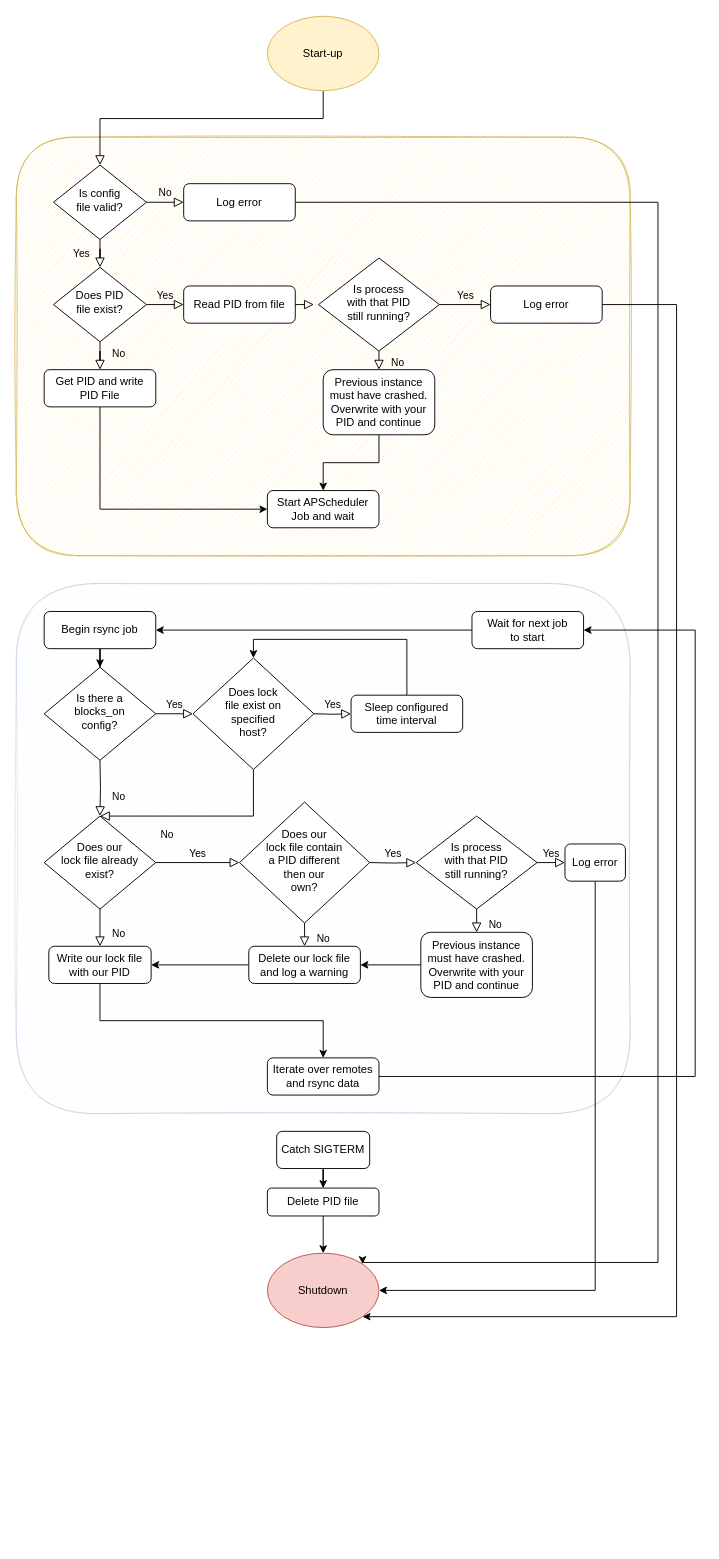
Before: backupmanager/resources/drawio/backupmanager-process-flow.drawio in rchapin/backup_manager, a draw.io diagram. Source tidied: cells renumbered, new cells numbered last; positions are measured from the earlier drawing's top-left corner, leaving out a move shared by most shapes. Both pictures are drawn from the tidied source at 93%, with x=0, y=0 at pixel (16, 16).
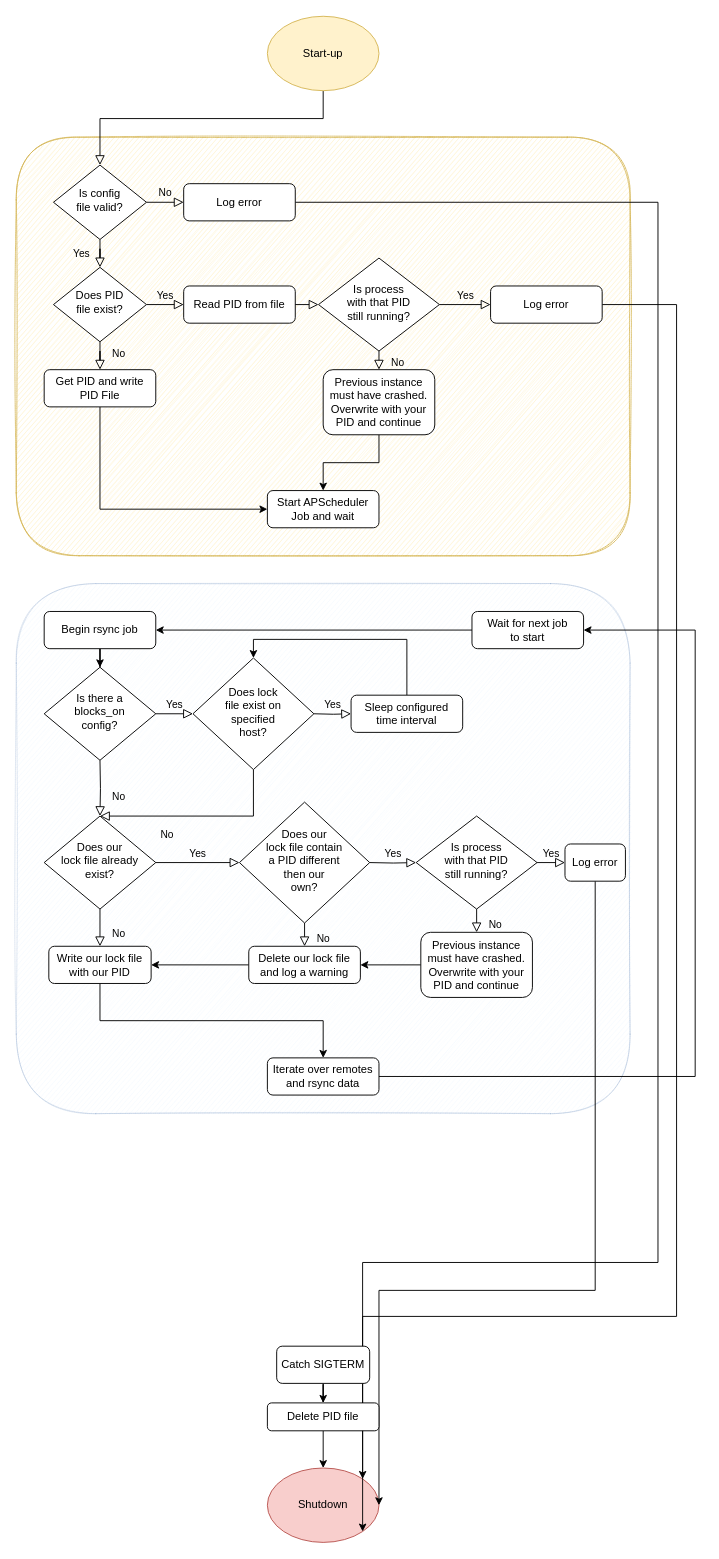
Above is the later version.

The change refers to these unchanged cells:
```xml
<mxCell id="15" value="Read PID from file" style="rounded=1;whiteSpace=wrap;html=1;fontSize=12;glass=0;strokeWidth=1;shadow=0;" parent="1" vertex="1">
  <mxGeometry x="180" y="290" width="120" height="40" as="geometry" />
</mxCell>
<mxCell id="18" value="Is process&lt;br&gt;with that PID&lt;br&gt;still running?" style="rhombus;whiteSpace=wrap;html=1;shadow=0;fontFamily=Helvetica;fontSize=12;align=center;strokeWidth=1;spacing=6;spacingTop=-4;" parent="1" vertex="1">
  <mxGeometry x="325" y="260" width="130" height="100" as="geometry" />
</mxCell>
```

Change to the diagram source:
```diff
@@
     <mxCell id="17" value="Shutdown" style="ellipse;whiteSpace=wrap;html=1;fillColor=#f8cecc;strokeColor=#b85450;" parent="1" vertex="1">
-      <mxGeometry x="270" y="1330" width="120" height="80" as="geometry" />
+      <mxGeometry x="270" y="1561" width="120" height="80" as="geometry" />
     </mxCell>
@@
-    <mxCell id="22" style="edgeStyle=orthogonalEdgeStyle;rounded=0;html=1;jettySize=auto;fontSize=11;endArrow=block;endFill=0;endSize=8;strokeWidth=1;shadow=0;labelBackgroundColor=none;exitX=1;exitY=0.5;exitDx=0;exitDy=0;" parent="1" edge="1" source="15">
-      <mxGeometry y="10" relative="1" as="geometry">
-        <mxPoint x="320" y="310" as="targetPoint" />
-      </mxGeometry>
+    <mxCell id="22" style="edgeStyle=orthogonalEdgeStyle;rounded=0;html=1;jettySize=auto;fontSize=11;endArrow=block;endFill=0;endSize=8;strokeWidth=1;shadow=0;labelBackgroundColor=none;exitX=1;exitY=0.5;exitDx=0;exitDy=0;entryX=0;entryY=0.5;entryDx=0;entryDy=0;" parent="1" edge="1" source="15" target="18">
+      <mxGeometry y="10" relative="1" as="geometry" />
     </mxCell>
@@
     <mxCell id="52" value="Delete PID file" style="rounded=1;whiteSpace=wrap;html=1;" parent="1" vertex="1">
-      <mxGeometry x="270" y="1260" width="120" height="30" as="geometry" />
+      <mxGeometry x="270" y="1491" width="120" height="30" as="geometry" />
     </mxCell>
@@
     <mxCell id="61" value="Catch SIGTERM" style="rounded=1;whiteSpace=wrap;html=1;" parent="1" vertex="1">
-      <mxGeometry x="280" y="1199" width="100" height="40" as="geometry" />
+      <mxGeometry x="280" y="1430" width="100" height="40" as="geometry" />
     </mxCell>
```
